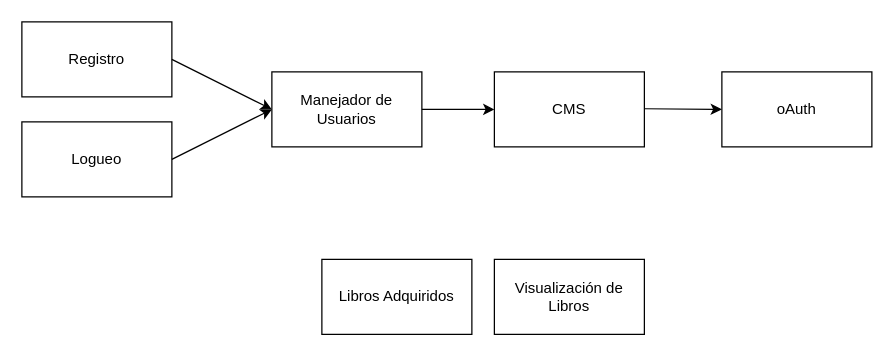
This is page "CMS" (2 of 3) of jhonathan.drawio from segurajhona/arqui-katas, a draw.io file, before an edit. Source tidied: cells renumbered, new cells numbered last; positions are measured from the earlier drawing's top-left corner, leaving out a move shared by most shapes. Both pictures are drawn from the tidied source at 125%, with x=0, y=0 at pixel (21, 21).
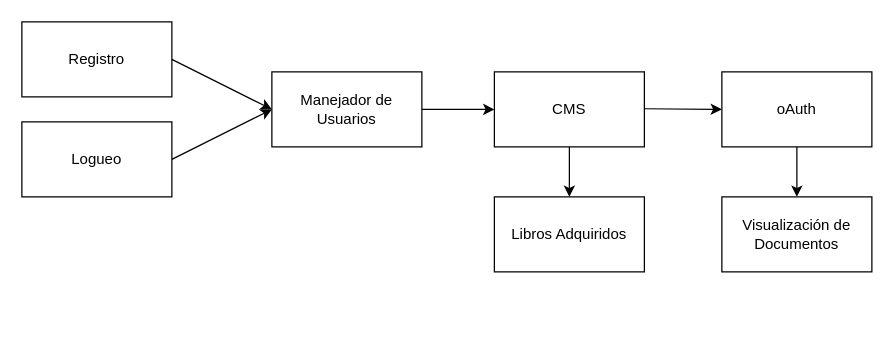
The same page after the edit.

Change to the diagram source:
```diff
@@
 <mxGraphModel>
   <root>
     <mxCell id="0" />
     <mxCell id="1" parent="0" />
     <mxCell id="2" value="Registro" style="rounded=0;whiteSpace=wrap;html=1;" parent="1" vertex="1">
       <mxGeometry width="120" height="60" as="geometry" />
     </mxCell>
     <mxCell id="3" value="Logueo" style="rounded=0;whiteSpace=wrap;html=1;" parent="1" vertex="1">
       <mxGeometry y="80" width="120" height="60" as="geometry" />
     </mxCell>
     <mxCell id="4" value="Manejador de Usuarios" style="rounded=0;whiteSpace=wrap;html=1;" parent="1" vertex="1">
       <mxGeometry x="200" y="40" width="120" height="60" as="geometry" />
     </mxCell>
     <mxCell id="5" value="CMS" style="rounded=0;whiteSpace=wrap;html=1;" parent="1" vertex="1">
       <mxGeometry x="378" y="40" width="120" height="60" as="geometry" />
     </mxCell>
     <mxCell id="6" style="endArrow=classic;html=1;rounded=0;entryX=0;entryY=0.5;entryDx=0;entryDy=0;" parent="1" edge="1" target="4">
       <mxGeometry relative="1" as="geometry">
         <mxPoint x="120" y="30" as="sourcePoint" />
       </mxGeometry>
     </mxCell>
     <mxCell id="7" style="endArrow=classic;html=1;rounded=0;" parent="1" edge="1">
       <mxGeometry relative="1" as="geometry">
         <mxPoint x="120" y="110" as="sourcePoint" />
         <mxPoint x="200" y="70" as="targetPoint" />
       </mxGeometry>
     </mxCell>
     <mxCell id="8" style="endArrow=classic;html=1;rounded=0;entryX=0;entryY=0.5;entryDx=0;entryDy=0;" parent="1" edge="1" target="5">
       <mxGeometry relative="1" as="geometry">
         <mxPoint x="320" y="70" as="sourcePoint" />
       </mxGeometry>
     </mxCell>
     <mxCell id="9" value="oAuth" style="rounded=0;whiteSpace=wrap;html=1;" parent="1" vertex="1">
       <mxGeometry x="560" y="40" width="120" height="60" as="geometry" />
     </mxCell>
     <mxCell id="10" style="endArrow=classic;html=1;rounded=0;entryX=0;entryY=0.5;entryDx=0;entryDy=0;" parent="1" edge="1" target="9">
       <mxGeometry relative="1" as="geometry">
         <mxPoint x="498" y="69.5" as="sourcePoint" />
       </mxGeometry>
     </mxCell>
     <mxCell id="11" value="Libros Adquiridos&lt;br&gt;" style="rounded=0;whiteSpace=wrap;html=1;" parent="1" vertex="1">
-      <mxGeometry x="240" y="190" width="120" height="60" as="geometry" />
+      <mxGeometry x="378" y="140" width="120" height="60" as="geometry" />
     </mxCell>
-    <mxCell id="12" value="Visualización de Libros" style="rounded=0;whiteSpace=wrap;html=1;" parent="1" vertex="1">
-      <mxGeometry x="378" y="190" width="120" height="60" as="geometry" />
+    <mxCell id="12" value="Visualización de Documentos" style="rounded=0;whiteSpace=wrap;html=1;" parent="1" vertex="1">
+      <mxGeometry x="560" y="140" width="120" height="60" as="geometry" />
     </mxCell>
+    <mxCell id="13" style="endArrow=classic;html=1;exitX=0.5;exitY=1;exitDx=0;exitDy=0;entryX=0.5;entryY=0;entryDx=0;entryDy=0;" parent="1" edge="1" source="5" target="11">
+      <mxGeometry relative="1" as="geometry" />
+    </mxCell>
+    <mxCell id="14" style="endArrow=classic;html=1;exitX=0.5;exitY=1;exitDx=0;exitDy=0;entryX=0.5;entryY=0;entryDx=0;entryDy=0;" parent="1" edge="1" source="9" target="12">
+      <mxGeometry relative="1" as="geometry" />
+    </mxCell>
   </root>
 </mxGraphModel>
```
